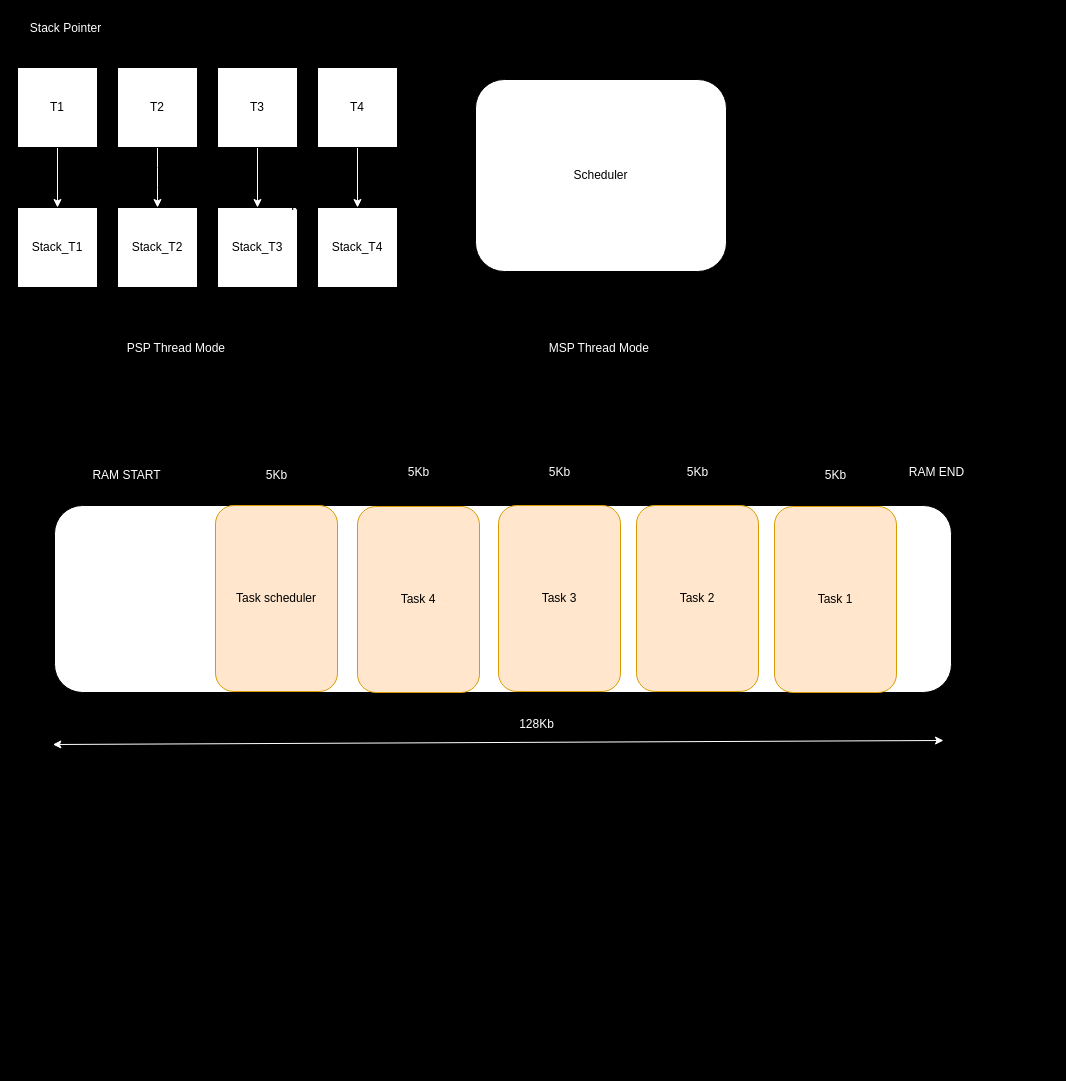
Above: STM32/BuildOSFreeRTOS/CreateTask.drawio in DevMeoU/Learning (draw.io), before the change. Source tidied: cells renumbered, new cells numbered last; positions are measured from the earlier drawing's top-left corner, leaving out a move shared by most shapes. Both pictures are drawn from the tidied source at 100%, with x=0, y=0 at pixel (17, 17).
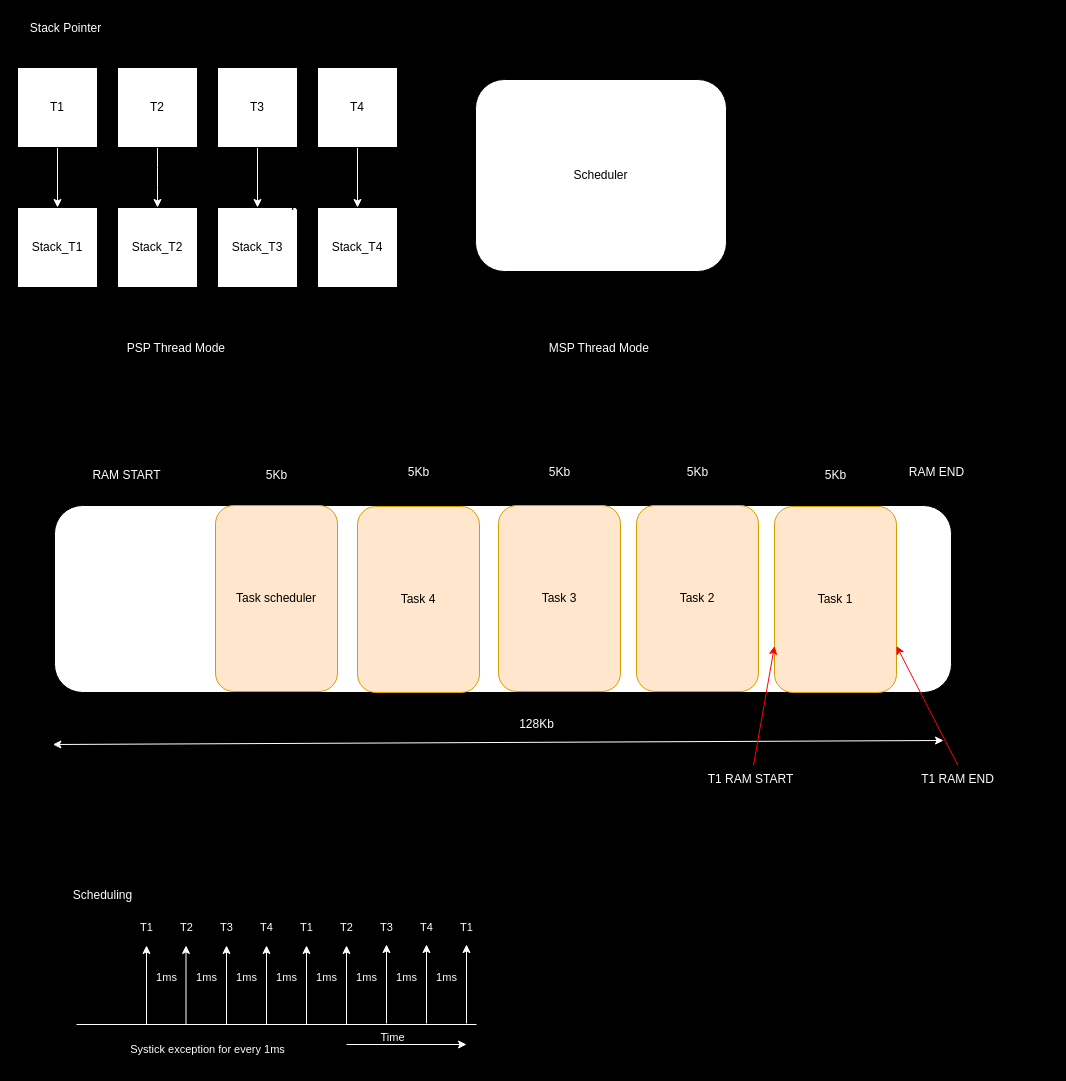
After the change.

The change refers to these unchanged cells:
```xml
<mxCell id="25" value="Task 1" style="rounded=1;whiteSpace=wrap;html=1;fillColor=#ffe6cc;strokeColor=#d79b00;" parent="1" vertex="1">
  <mxGeometry x="757" y="489" width="122" height="186" as="geometry" />
</mxCell>
```

The edit, as a diff of the source:
```diff
@@
+    <mxCell id="34" value="&lt;font style=&quot;color: light-dark(rgb(255, 255, 255), rgb(237, 237, 237));&quot;&gt;T1 RAM END&lt;/font&gt;" style="text;html=1;align=center;verticalAlign=middle;whiteSpace=wrap;rounded=0;" parent="1" vertex="1">
+      <mxGeometry x="850" y="748" width="181" height="28" as="geometry" />
+    </mxCell>
+    <mxCell id="35" style="edgeStyle=none;html=1;entryX=0;entryY=0.75;entryDx=0;entryDy=0;strokeColor=light-dark(#ff0000, #ededed);" parent="1" edge="1" source="36" target="25">
+      <mxGeometry relative="1" as="geometry" />
+    </mxCell>
+    <mxCell id="36" value="&lt;font style=&quot;color: light-dark(rgb(255, 255, 255), rgb(237, 237, 237));&quot;&gt;T1 RAM START&lt;/font&gt;" style="text;html=1;align=center;verticalAlign=middle;whiteSpace=wrap;rounded=0;" parent="1" vertex="1">
+      <mxGeometry x="643" y="748" width="181" height="28" as="geometry" />
+    </mxCell>
+    <mxCell id="37" style="edgeStyle=none;html=1;exitX=0.5;exitY=0;exitDx=0;exitDy=0;entryX=1;entryY=0.75;entryDx=0;entryDy=0;strokeColor=light-dark(#ff0000, #ededed);" parent="1" edge="1" source="34" target="25">
+      <mxGeometry relative="1" as="geometry" />
+    </mxCell>
+    <mxCell id="38" value="&lt;font style=&quot;color: light-dark(rgb(255, 255, 255), rgb(237, 237, 237));&quot;&gt;Scheduling&lt;/font&gt;" style="text;html=1;align=center;verticalAlign=middle;whiteSpace=wrap;rounded=0;" parent="1" vertex="1">
+      <mxGeometry x="37" y="867" width="97" height="22" as="geometry" />
+    </mxCell>
+    <mxCell id="39" style="endArrow=none;html=1;" parent="1" edge="1">
+      <mxGeometry relative="1" as="geometry">
+        <mxPoint x="236" y="908" as="sourcePoint" />
+        <mxPoint x="286" y="858" as="targetPoint" />
+      </mxGeometry>
+    </mxCell>
+    <mxCell id="40" style="endArrow=none;html=1;rounded=1;strokeColor=light-dark(#ffffff, #ededed);align=center;verticalAlign=middle;fontFamily=Helvetica;fontSize=11;fontColor=default;labelBackgroundColor=default;" parent="1" edge="1">
+      <mxGeometry relative="1" as="geometry">
+        <mxPoint x="59" y="1007" as="sourcePoint" />
+        <mxPoint x="459" y="1007" as="targetPoint" />
+      </mxGeometry>
+    </mxCell>
+    <mxCell id="41" style="endArrow=classic;html=1;rounded=1;strokeColor=light-dark(#ffffff, #ededed);align=center;verticalAlign=middle;fontFamily=Helvetica;fontSize=11;fontColor=default;labelBackgroundColor=default;" parent="1" edge="1">
+      <mxGeometry relative="1" as="geometry">
+        <mxPoint x="129" y="1007" as="sourcePoint" />
+        <mxPoint x="129" y="928" as="targetPoint" />
+      </mxGeometry>
+    </mxCell>
+    <mxCell id="42" style="endArrow=classic;html=1;rounded=1;strokeColor=light-dark(#ffffff, #ededed);align=center;verticalAlign=middle;fontFamily=Helvetica;fontSize=11;fontColor=default;labelBackgroundColor=default;" parent="1" edge="1">
+      <mxGeometry relative="1" as="geometry">
+        <mxPoint x="209" y="1007" as="sourcePoint" />
+        <mxPoint x="209" y="928" as="targetPoint" />
+      </mxGeometry>
+    </mxCell>
+    <mxCell id="43" style="endArrow=classic;html=1;rounded=1;strokeColor=light-dark(#ffffff, #ededed);align=center;verticalAlign=middle;fontFamily=Helvetica;fontSize=11;fontColor=default;labelBackgroundColor=default;" parent="1" edge="1">
+      <mxGeometry relative="1" as="geometry">
+        <mxPoint x="289" y="1007" as="sourcePoint" />
+        <mxPoint x="289" y="928" as="targetPoint" />
+      </mxGeometry>
+    </mxCell>
+    <mxCell id="44" style="endArrow=classic;html=1;rounded=1;strokeColor=light-dark(#ffffff, #ededed);align=center;verticalAlign=middle;fontFamily=Helvetica;fontSize=11;fontColor=default;labelBackgroundColor=default;" parent="1" edge="1">
+      <mxGeometry relative="1" as="geometry">
+        <mxPoint x="168.5" y="1007" as="sourcePoint" />
+        <mxPoint x="168.5" y="928" as="targetPoint" />
+      </mxGeometry>
+    </mxCell>
+    <mxCell id="45" style="endArrow=classic;html=1;rounded=1;strokeColor=light-dark(#ffffff, #ededed);align=center;verticalAlign=middle;fontFamily=Helvetica;fontSize=11;fontColor=default;labelBackgroundColor=default;" parent="1" edge="1">
+      <mxGeometry relative="1" as="geometry">
+        <mxPoint x="249" y="1007" as="sourcePoint" />
+        <mxPoint x="249" y="928" as="targetPoint" />
+      </mxGeometry>
+    </mxCell>
+    <mxCell id="46" style="endArrow=classic;html=1;rounded=1;strokeColor=light-dark(#ffffff, #ededed);align=center;verticalAlign=middle;fontFamily=Helvetica;fontSize=11;fontColor=default;labelBackgroundColor=default;" parent="1" edge="1">
+      <mxGeometry relative="1" as="geometry">
+        <mxPoint x="329" y="1007" as="sourcePoint" />
+        <mxPoint x="329" y="928" as="targetPoint" />
+      </mxGeometry>
+    </mxCell>
+    <mxCell id="47" style="endArrow=classic;html=1;rounded=1;strokeColor=light-dark(#ffffff, #ededed);align=center;verticalAlign=middle;fontFamily=Helvetica;fontSize=11;fontColor=default;labelBackgroundColor=default;" parent="1" edge="1">
+      <mxGeometry relative="1" as="geometry">
+        <mxPoint x="409" y="1006" as="sourcePoint" />
+        <mxPoint x="409" y="927" as="targetPoint" />
+      </mxGeometry>
+    </mxCell>
+    <mxCell id="48" style="endArrow=classic;html=1;rounded=1;strokeColor=light-dark(#ffffff, #ededed);align=center;verticalAlign=middle;fontFamily=Helvetica;fontSize=11;fontColor=default;labelBackgroundColor=default;" parent="1" edge="1">
+      <mxGeometry relative="1" as="geometry">
+        <mxPoint x="369" y="1006" as="sourcePoint" />
+        <mxPoint x="369" y="927" as="targetPoint" />
+      </mxGeometry>
+    </mxCell>
+    <mxCell id="49" style="endArrow=classic;html=1;rounded=1;strokeColor=light-dark(#ffffff, #ededed);align=center;verticalAlign=middle;fontFamily=Helvetica;fontSize=11;fontColor=default;labelBackgroundColor=default;" parent="1" edge="1">
+      <mxGeometry relative="1" as="geometry">
+        <mxPoint x="449" y="1006" as="sourcePoint" />
+        <mxPoint x="449" y="927" as="targetPoint" />
+      </mxGeometry>
+    </mxCell>
+    <mxCell id="50" value="1ms" style="text;html=1;align=center;verticalAlign=middle;strokeColor=none;fillColor=none;fontFamily=Helvetica;fontSize=11;fontColor=light-dark(#ffffff, #ededed);labelBackgroundColor=none;" parent="1" vertex="1">
+      <mxGeometry x="129" y="945" width="40" height="30" as="geometry" />
+    </mxCell>
+    <mxCell id="51" value="1ms" style="text;html=1;align=center;verticalAlign=middle;strokeColor=none;fillColor=none;fontFamily=Helvetica;fontSize=11;fontColor=light-dark(#ffffff, #ededed);labelBackgroundColor=none;" parent="1" vertex="1">
+      <mxGeometry x="169" y="945" width="40" height="30" as="geometry" />
+    </mxCell>
+    <mxCell id="52" value="1ms" style="text;html=1;align=center;verticalAlign=middle;strokeColor=none;fillColor=none;fontFamily=Helvetica;fontSize=11;fontColor=light-dark(#ffffff, #ededed);labelBackgroundColor=none;" parent="1" vertex="1">
+      <mxGeometry x="209" y="945" width="40" height="30" as="geometry" />
+    </mxCell>
+    <mxCell id="53" value="1ms" style="text;html=1;align=center;verticalAlign=middle;strokeColor=none;fillColor=none;fontFamily=Helvetica;fontSize=11;fontColor=light-dark(#ffffff, #ededed);labelBackgroundColor=none;" parent="1" vertex="1">
+      <mxGeometry x="249" y="945" width="40" height="30" as="geometry" />
+    </mxCell>
+    <mxCell id="54" value="1ms" style="text;html=1;align=center;verticalAlign=middle;strokeColor=none;fillColor=none;fontFamily=Helvetica;fontSize=11;fontColor=light-dark(#ffffff, #ededed);labelBackgroundColor=none;" parent="1" vertex="1">
+      <mxGeometry x="289" y="945" width="40" height="30" as="geometry" />
+    </mxCell>
+    <mxCell id="55" value="1ms" style="text;html=1;align=center;verticalAlign=middle;strokeColor=none;fillColor=none;fontFamily=Helvetica;fontSize=11;fontColor=light-dark(#ffffff, #ededed);labelBackgroundColor=none;" parent="1" vertex="1">
+      <mxGeometry x="329" y="945" width="40" height="30" as="geometry" />
+    </mxCell>
+    <mxCell id="56" value="1ms" style="text;html=1;align=center;verticalAlign=middle;strokeColor=none;fillColor=none;fontFamily=Helvetica;fontSize=11;fontColor=light-dark(#ffffff, #ededed);labelBackgroundColor=none;" parent="1" vertex="1">
+      <mxGeometry x="369" y="945" width="40" height="30" as="geometry" />
+    </mxCell>
+    <mxCell id="57" value="1ms" style="text;html=1;align=center;verticalAlign=middle;strokeColor=none;fillColor=none;fontFamily=Helvetica;fontSize=11;fontColor=light-dark(#ffffff, #ededed);labelBackgroundColor=none;" parent="1" vertex="1">
+      <mxGeometry x="409" y="945" width="40" height="30" as="geometry" />
+    </mxCell>
+    <mxCell id="58" value="T1" style="text;html=1;align=center;verticalAlign=middle;strokeColor=none;fillColor=none;fontFamily=Helvetica;fontSize=11;fontColor=light-dark(#ffffff, #ededed);labelBackgroundColor=none;" parent="1" vertex="1">
+      <mxGeometry x="109" y="895" width="40" height="30" as="geometry" />
+    </mxCell>
+    <mxCell id="59" value="T2" style="text;html=1;align=center;verticalAlign=middle;strokeColor=none;fillColor=none;fontFamily=Helvetica;fontSize=11;fontColor=light-dark(#ffffff, #ededed);labelBackgroundColor=none;" parent="1" vertex="1">
+      <mxGeometry x="149" y="895" width="40" height="30" as="geometry" />
+    </mxCell>
+    <mxCell id="60" value="T3" style="text;html=1;align=center;verticalAlign=middle;strokeColor=none;fillColor=none;fontFamily=Helvetica;fontSize=11;fontColor=light-dark(#ffffff, #ededed);labelBackgroundColor=none;" parent="1" vertex="1">
+      <mxGeometry x="189" y="895" width="40" height="30" as="geometry" />
+    </mxCell>
+    <mxCell id="61" value="T4" style="text;html=1;align=center;verticalAlign=middle;strokeColor=none;fillColor=none;fontFamily=Helvetica;fontSize=11;fontColor=light-dark(#ffffff, #ededed);labelBackgroundColor=none;" parent="1" vertex="1">
+      <mxGeometry x="229" y="895" width="40" height="30" as="geometry" />
+    </mxCell>
+    <mxCell id="62" value="T1" style="text;html=1;align=center;verticalAlign=middle;strokeColor=none;fillColor=none;fontFamily=Helvetica;fontSize=11;fontColor=light-dark(#ffffff, #ededed);labelBackgroundColor=none;" parent="1" vertex="1">
+      <mxGeometry x="269" y="895" width="40" height="30" as="geometry" />
+    </mxCell>
+    <mxCell id="63" value="T2" style="text;html=1;align=center;verticalAlign=middle;strokeColor=none;fillColor=none;fontFamily=Helvetica;fontSize=11;fontColor=light-dark(#ffffff, #ededed);labelBackgroundColor=none;" parent="1" vertex="1">
+      <mxGeometry x="309" y="895" width="40" height="30" as="geometry" />
+    </mxCell>
+    <mxCell id="64" value="T3" style="text;html=1;align=center;verticalAlign=middle;strokeColor=none;fillColor=none;fontFamily=Helvetica;fontSize=11;fontColor=light-dark(#ffffff, #ededed);labelBackgroundColor=none;" parent="1" vertex="1">
+      <mxGeometry x="349" y="895" width="40" height="30" as="geometry" />
+    </mxCell>
+    <mxCell id="65" value="T4" style="text;html=1;align=center;verticalAlign=middle;strokeColor=none;fillColor=none;fontFamily=Helvetica;fontSize=11;fontColor=light-dark(#ffffff, #ededed);labelBackgroundColor=none;" parent="1" vertex="1">
+      <mxGeometry x="389" y="895" width="40" height="30" as="geometry" />
+    </mxCell>
+    <mxCell id="66" value="T1" style="text;html=1;align=center;verticalAlign=middle;strokeColor=none;fillColor=none;fontFamily=Helvetica;fontSize=11;fontColor=light-dark(#ffffff, #ededed);labelBackgroundColor=none;" parent="1" vertex="1">
+      <mxGeometry x="429" y="895" width="40" height="30" as="geometry" />
+    </mxCell>
+    <mxCell id="67" style="endArrow=classic;html=1;rounded=1;strokeColor=light-dark(#ffffff, #ededed);align=center;verticalAlign=middle;fontFamily=Helvetica;fontSize=11;fontColor=default;labelBackgroundColor=default;" parent="1" edge="1">
+      <mxGeometry relative="1" as="geometry">
+        <mxPoint x="329" y="1027" as="sourcePoint" />
+        <mxPoint x="449" y="1027" as="targetPoint" />
+      </mxGeometry>
+    </mxCell>
+    <mxCell id="68" value="Time" style="text;html=1;align=center;verticalAlign=middle;strokeColor=none;fillColor=none;fontFamily=Helvetica;fontSize=11;fontColor=light-dark(#ffffff, #ededed);labelBackgroundColor=none;" parent="1" vertex="1">
+      <mxGeometry x="349.5" y="1005" width="50" height="30" as="geometry" />
+    </mxCell>
+    <mxCell id="69" value="Systick exception for every 1ms" style="text;html=1;align=center;verticalAlign=middle;strokeColor=none;fillColor=none;fontFamily=Helvetica;fontSize=11;fontColor=light-dark(#ffffff, #ededed);labelBackgroundColor=none;" parent="1" vertex="1">
+      <mxGeometry x="100" y="1017" width="180" height="30" as="geometry" />
+    </mxCell>
```
